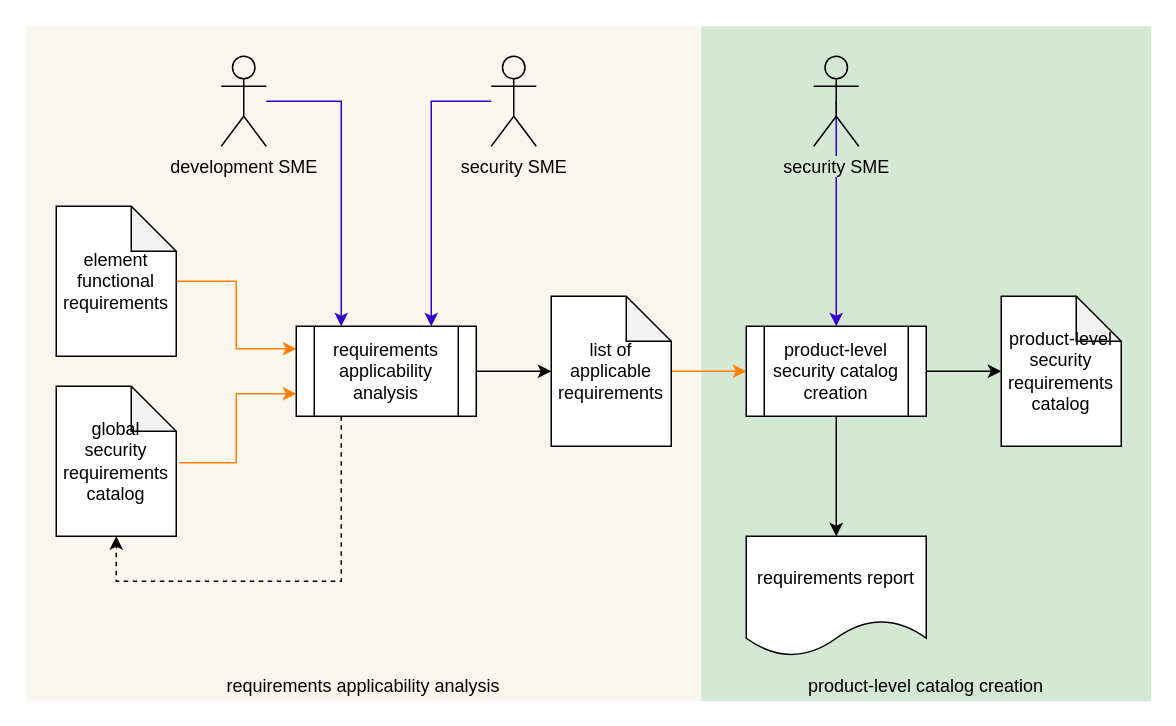
This is source/reference_documents/secondary_documents/requirements phase/Product-level Security Requirements/images/source/product-level requirements workflow.drawio from nutonomy/AVCDL, a draw.io file, before an edit. Source tidied: cells renumbered, new cells numbered last; positions are measured from the earlier drawing's top-left corner, leaving out a move shared by most shapes. Both pictures are drawn from the tidied source at 150%, with x=0, y=0 at pixel (26, 26).
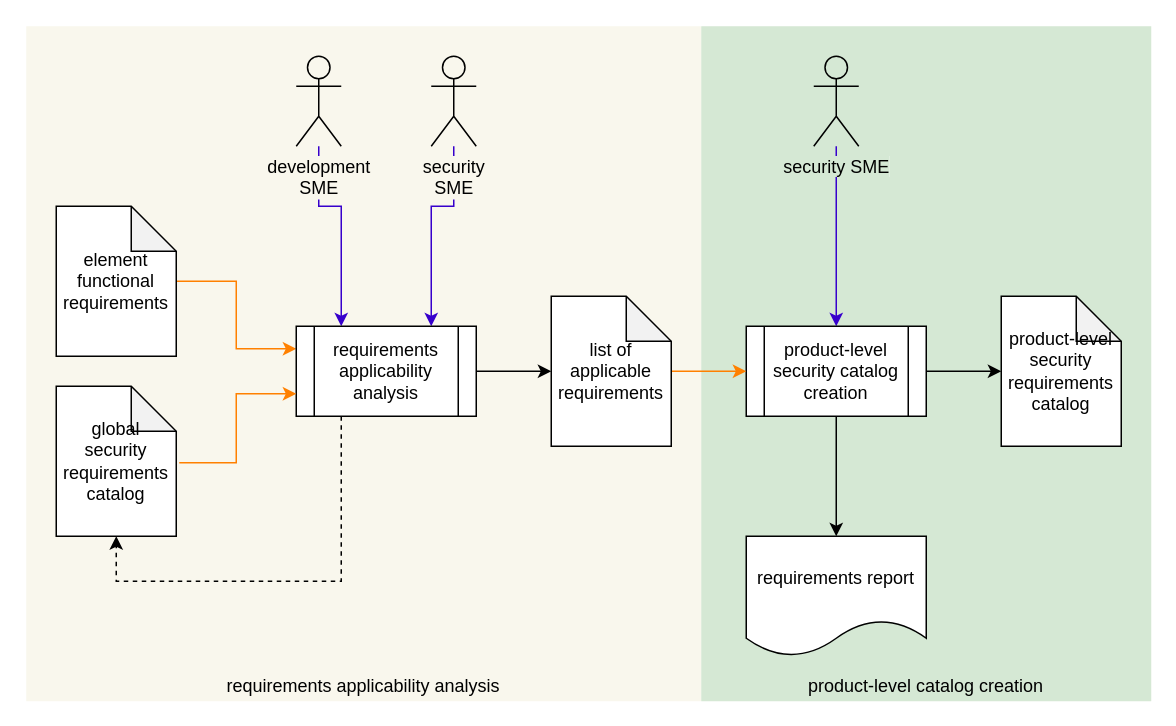
The same page after the edit.

Commit message (it also covers changes not shown here):
updated Product-level Security Requirements secondary document (license text, workflow diagrams, document metadata)

The change refers to these unchanged cells:
```xml
<mxCell id="16" value="product-level security catalog&lt;br&gt;creation" style="shape=process;whiteSpace=wrap;html=1;backgroundOutline=1;" parent="1" vertex="1">
  <mxGeometry x="480" y="200" width="120" height="60" as="geometry" />
</mxCell>
<mxCell id="18" value="requirements applicability&lt;br&gt;analysis" style="shape=process;whiteSpace=wrap;html=1;backgroundOutline=1;" parent="1" vertex="1">
  <mxGeometry x="180" y="200" width="120" height="60" as="geometry" />
</mxCell>
<mxCell id="25" value="&lt;span style=&quot;background-color: rgb(213 , 232 , 212)&quot;&gt;security SME&lt;/span&gt;" style="shape=umlActor;verticalLabelPosition=bottom;labelBackgroundColor=#ffffff;verticalAlign=top;html=1;outlineConnect=0;fillColor=none;" parent="1" vertex="1">
  <mxGeometry x="525" y="20" width="30" height="60" as="geometry" />
</mxCell>
```

What changed in the source:
```diff
@@
     <mxCell id="6" style="edgeStyle=orthogonalEdgeStyle;rounded=0;jettySize=auto;html=1;entryX=0.25;entryY=0;entryDx=0;entryDy=0;fillColor=#6a00ff;strokeColor=#3700CC;" parent="1" edge="1" source="7" target="18">
-      <mxGeometry relative="1" as="geometry" />
+      <mxGeometry relative="1" as="geometry">
+        <Array as="points">
+          <mxPoint x="195" y="120" />
+          <mxPoint x="210" y="120" />
+        </Array>
+      </mxGeometry>
     </mxCell>
-    <mxCell id="7" value="&lt;span style=&quot;background-color: rgb(249 , 247 , 237)&quot;&gt;development SME&lt;/span&gt;" style="shape=umlActor;verticalLabelPosition=bottom;labelBackgroundColor=#ffffff;verticalAlign=top;html=1;outlineConnect=0;fillColor=none;" parent="1" vertex="1">
-      <mxGeometry x="130" y="20" width="30" height="60" as="geometry" />
+    <mxCell id="7" value="&lt;span style=&quot;&quot;&gt;development&lt;br&gt;SME&lt;/span&gt;" style="shape=umlActor;verticalLabelPosition=bottom;labelBackgroundColor=#F9F7ED;verticalAlign=top;html=1;outlineConnect=0;fillColor=#F9F7ED;" parent="1" vertex="1">
+      <mxGeometry x="180" y="20" width="30" height="60" as="geometry" />
     </mxCell>
-    <mxCell id="8" style="edgeStyle=orthogonalEdgeStyle;rounded=0;jettySize=auto;html=1;entryX=0.75;entryY=0;entryDx=0;entryDy=0;fillColor=#6a00ff;strokeColor=#3700CC;" parent="1" edge="1" source="10" target="18">
-      <mxGeometry relative="1" as="geometry" />
+    <mxCell id="8" style="edgeStyle=orthogonalEdgeStyle;rounded=0;jettySize=auto;html=1;entryX=0.75;entryY=0;entryDx=0;entryDy=0;fillColor=#6a00ff;strokeColor=#3700CC;" parent="1" edge="1" target="18">
+      <mxGeometry relative="1" as="geometry">
+        <mxPoint x="285" y="80" as="sourcePoint" />
+        <Array as="points">
+          <mxPoint x="285" y="120" />
+          <mxPoint x="270" y="120" />
+        </Array>
+      </mxGeometry>
     </mxCell>
-    <mxCell id="9" style="edgeStyle=orthogonalEdgeStyle;rounded=0;jettySize=auto;html=1;fillColor=#6a00ff;strokeColor=#3700CC;entryX=0.5;entryY=0;entryDx=0;entryDy=0;" parent="1" edge="1" target="16">
-      <mxGeometry relative="1" as="geometry">
-        <mxPoint x="540" y="80" as="sourcePoint" />
-        <Array as="points">
-          <mxPoint x="540" y="50" />
-        </Array>
-      </mxGeometry>
+    <mxCell id="9" style="edgeStyle=orthogonalEdgeStyle;rounded=0;jettySize=auto;html=1;fillColor=#6a00ff;strokeColor=#3700CC;entryX=0.5;entryY=0;entryDx=0;entryDy=0;" parent="1" edge="1" source="25" target="16">
+      <mxGeometry relative="1" as="geometry" />
     </mxCell>
-    <mxCell id="10" value="&lt;span style=&quot;background-color: rgb(249 , 247 , 237)&quot;&gt;security SME&lt;/span&gt;" style="shape=umlActor;verticalLabelPosition=bottom;labelBackgroundColor=#ffffff;verticalAlign=top;html=1;outlineConnect=0;fillColor=none;" parent="1" vertex="1">
-      <mxGeometry x="310" y="20" width="30" height="60" as="geometry" />
+    <mxCell id="10" value="&lt;span style=&quot;&quot;&gt;security&lt;br&gt;SME&lt;/span&gt;" style="shape=umlActor;verticalLabelPosition=bottom;labelBackgroundColor=#F9F7ED;verticalAlign=top;html=1;outlineConnect=0;fillColor=none;" parent="1" vertex="1">
+      <mxGeometry x="270" y="20" width="30" height="60" as="geometry" />
     </mxCell>
```
